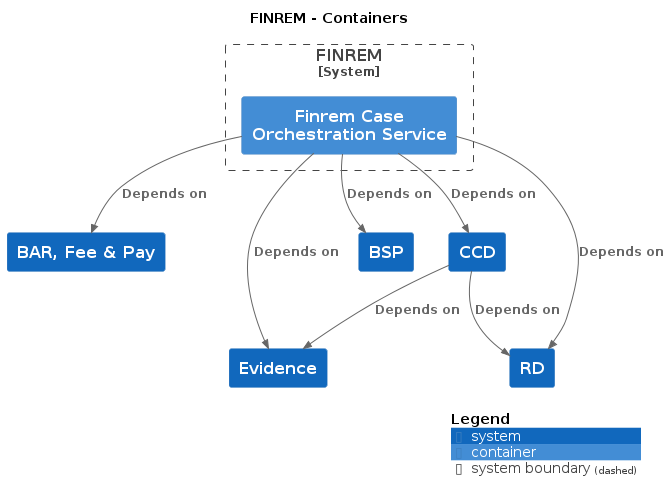
Earlier version of the PlantUML export docs/c4/finrem/images/structurizr-finrem-overview.png (hmcts/cnp-api-docs). The source it was exported from:
```plantuml
@startuml
set separator none
title FINREM - Containers

top to bottom direction

!include <C4/C4>
!include <C4/C4_Context>
!include <C4/C4_Container>

System(BSP, "BSP", $descr="", $tags="", $link="")
System(CCD, "CCD", $descr="", $tags="", $link="")
System(BARFeePay, "BAR, Fee & Pay", $descr="", $tags="", $link="")
System(Evidence, "Evidence", $descr="", $tags="", $link="")
System(RD, "RD", $descr="", $tags="", $link="")

System_Boundary("FINREM_boundary", "FINREM", $tags="") {
  Container(FINREM.FinremCaseOrchestrationService, "Finrem Case Orchestration Service", $techn="", $descr="", $tags="", $link="")
}

Rel_D(CCD, Evidence, "Depends on", $techn="", $tags="", $link="")
Rel_D(CCD, RD, "Depends on", $techn="", $tags="", $link="")
Rel_D(FINREM.FinremCaseOrchestrationService, BARFeePay, "Depends on", $techn="", $tags="", $link="")
Rel_D(FINREM.FinremCaseOrchestrationService, CCD, "Depends on", $techn="", $tags="", $link="")
Rel_D(FINREM.FinremCaseOrchestrationService, BSP, "Depends on", $techn="", $tags="", $link="")
Rel_D(FINREM.FinremCaseOrchestrationService, Evidence, "Depends on", $techn="", $tags="", $link="")
Rel_D(FINREM.FinremCaseOrchestrationService, RD, "Depends on", $techn="", $tags="", $link="")

SHOW_DYNAMIC_LEGEND()
@enduml
```
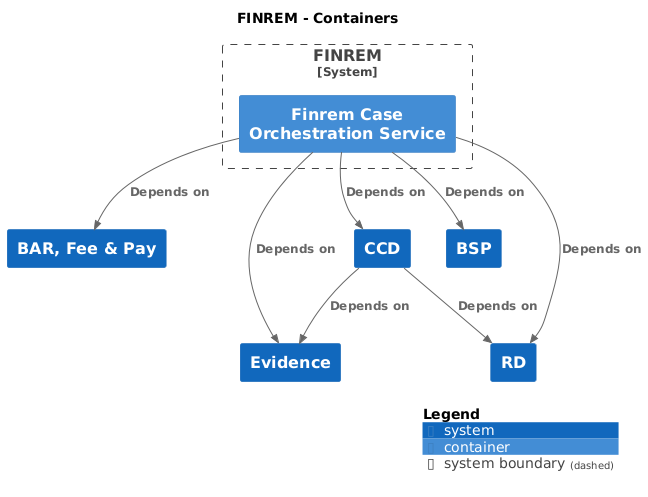
After the commit.

Change to the diagram source:
```diff
@@ -8,23 +8,23 @@
 !include <C4/C4_Context>
 !include <C4/C4_Container>
 
+System(BARFeePay, "BAR, Fee & Pay", $descr="", $tags="", $link="")
+System(CCD, "CCD", $descr="", $tags="", $link="")
+System(Evidence, "Evidence", $descr="", $tags="", $link="")
 System(BSP, "BSP", $descr="", $tags="", $link="")
-System(CCD, "CCD", $descr="", $tags="", $link="")
-System(BARFeePay, "BAR, Fee & Pay", $descr="", $tags="", $link="")
-System(Evidence, "Evidence", $descr="", $tags="", $link="")
 System(RD, "RD", $descr="", $tags="", $link="")
 
 System_Boundary("FINREM_boundary", "FINREM", $tags="") {
   Container(FINREM.FinremCaseOrchestrationService, "Finrem Case Orchestration Service", $techn="", $descr="", $tags="", $link="")
 }
 
-Rel_D(CCD, Evidence, "Depends on", $techn="", $tags="", $link="")
-Rel_D(CCD, RD, "Depends on", $techn="", $tags="", $link="")
-Rel_D(FINREM.FinremCaseOrchestrationService, BARFeePay, "Depends on", $techn="", $tags="", $link="")
-Rel_D(FINREM.FinremCaseOrchestrationService, CCD, "Depends on", $techn="", $tags="", $link="")
-Rel_D(FINREM.FinremCaseOrchestrationService, BSP, "Depends on", $techn="", $tags="", $link="")
-Rel_D(FINREM.FinremCaseOrchestrationService, Evidence, "Depends on", $techn="", $tags="", $link="")
-Rel_D(FINREM.FinremCaseOrchestrationService, RD, "Depends on", $techn="", $tags="", $link="")
+Rel(CCD, Evidence, "Depends on", $techn="", $tags="", $link="")
+Rel(CCD, RD, "Depends on", $techn="", $tags="", $link="")
+Rel(FINREM.FinremCaseOrchestrationService, BARFeePay, "Depends on", $techn="", $tags="", $link="")
+Rel(FINREM.FinremCaseOrchestrationService, CCD, "Depends on", $techn="", $tags="", $link="")
+Rel(FINREM.FinremCaseOrchestrationService, BSP, "Depends on", $techn="", $tags="", $link="")
+Rel(FINREM.FinremCaseOrchestrationService, Evidence, "Depends on", $techn="", $tags="", $link="")
+Rel(FINREM.FinremCaseOrchestrationService, RD, "Depends on", $techn="", $tags="", $link="")
 
 SHOW_DYNAMIC_LEGEND()
 @enduml
```
